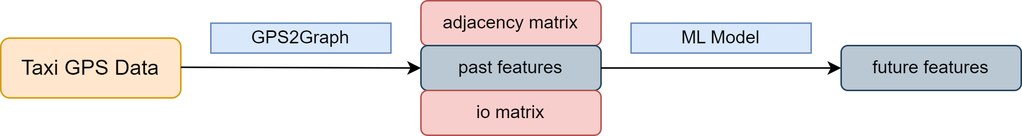
Above: imgs/ttb_pipeline.png in zachysun/Taxi_Traffic_Benchmark (draw.io), before the change. Source tidied: cells renumbered, new cells last; positions are measured from the earlier drawing's top-left corner, leaving out a move shared by most shapes. Its diagram source:
```xml
<mxGraphModel>
  <root>
    <mxCell id="0" />
    <mxCell id="1" parent="0" />
    <mxCell id="2" value="&lt;font style=&quot;font-size: 14px;&quot;&gt;Taxi GPS Data&lt;/font&gt;" style="rounded=1;whiteSpace=wrap;html=1;fillColor=#ffe6cc;strokeColor=#d79b00;" parent="1" vertex="1">
      <mxGeometry y="25" width="120" height="40" as="geometry" />
    </mxCell>
    <mxCell id="3" style="endArrow=classic;html=1;rounded=0;" parent="1" edge="1">
      <mxGeometry relative="1" as="geometry">
        <mxPoint x="120" y="44.5" as="sourcePoint" />
        <mxPoint x="280" y="45" as="targetPoint" />
      </mxGeometry>
    </mxCell>
    <mxCell id="4" value="GPS2Graph" style="rounded=0;whiteSpace=wrap;html=1;fillColor=#dae8fc;strokeColor=#6c8ebf;" parent="1" vertex="1">
      <mxGeometry x="140" y="15" width="120" height="20" as="geometry" />
    </mxCell>
    <mxCell id="5" value="adjacency matrix" style="rounded=1;whiteSpace=wrap;html=1;fillColor=#f8cecc;strokeColor=#b85450;" parent="1" vertex="1">
      <mxGeometry x="280" width="120" height="30" as="geometry" />
    </mxCell>
    <mxCell id="6" value="past features" style="rounded=1;whiteSpace=wrap;html=1;fillColor=#bac8d3;strokeColor=#23445d;" parent="1" vertex="1">
      <mxGeometry x="280" y="30" width="120" height="30" as="geometry" />
    </mxCell>
    <mxCell id="7" value="io matrix" style="rounded=1;whiteSpace=wrap;html=1;fillColor=#f8cecc;strokeColor=#b85450;" parent="1" vertex="1">
      <mxGeometry x="280" y="60" width="120" height="30" as="geometry" />
    </mxCell>
    <mxCell id="8" style="endArrow=classic;html=1;rounded=0;exitX=1;exitY=0.5;exitDx=0;exitDy=0;" parent="1" edge="1" source="6">
      <mxGeometry relative="1" as="geometry">
        <mxPoint x="560" y="45" as="targetPoint" />
      </mxGeometry>
    </mxCell>
    <mxCell id="9" value="ML Model" style="rounded=0;whiteSpace=wrap;html=1;fillColor=#dae8fc;strokeColor=#6c8ebf;" parent="1" vertex="1">
      <mxGeometry x="420" y="15" width="120" height="20" as="geometry" />
    </mxCell>
    <mxCell id="10" value="future features" style="rounded=1;whiteSpace=wrap;html=1;fillColor=#bac8d3;strokeColor=#23445d;" parent="1" vertex="1">
      <mxGeometry x="560" y="30" width="120" height="30" as="geometry" />
    </mxCell>
  </root>
</mxGraphModel>
```
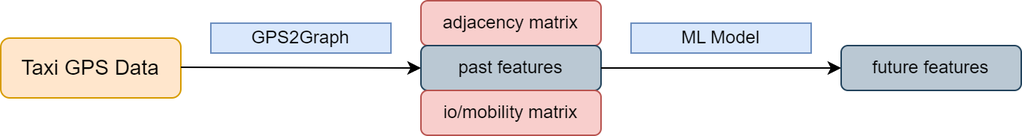
The same diagram one commit later.

Commit message:
io matrix is same as mobility matrix

Diff of the diagram source:
```diff
@@ -20,7 +20,7 @@
     <mxCell id="6" value="past features" style="rounded=1;whiteSpace=wrap;html=1;fillColor=#bac8d3;strokeColor=#23445d;" parent="1" vertex="1">
       <mxGeometry x="280" y="30" width="120" height="30" as="geometry" />
     </mxCell>
-    <mxCell id="7" value="io matrix" style="rounded=1;whiteSpace=wrap;html=1;fillColor=#f8cecc;strokeColor=#b85450;" parent="1" vertex="1">
+    <mxCell id="7" value="io/mobility matrix" style="rounded=1;whiteSpace=wrap;html=1;fillColor=#f8cecc;strokeColor=#b85450;" parent="1" vertex="1">
       <mxGeometry x="280" y="60" width="120" height="30" as="geometry" />
     </mxCell>
     <mxCell id="8" style="endArrow=classic;html=1;rounded=0;exitX=1;exitY=0.5;exitDx=0;exitDy=0;" parent="1" edge="1" source="6">
```
